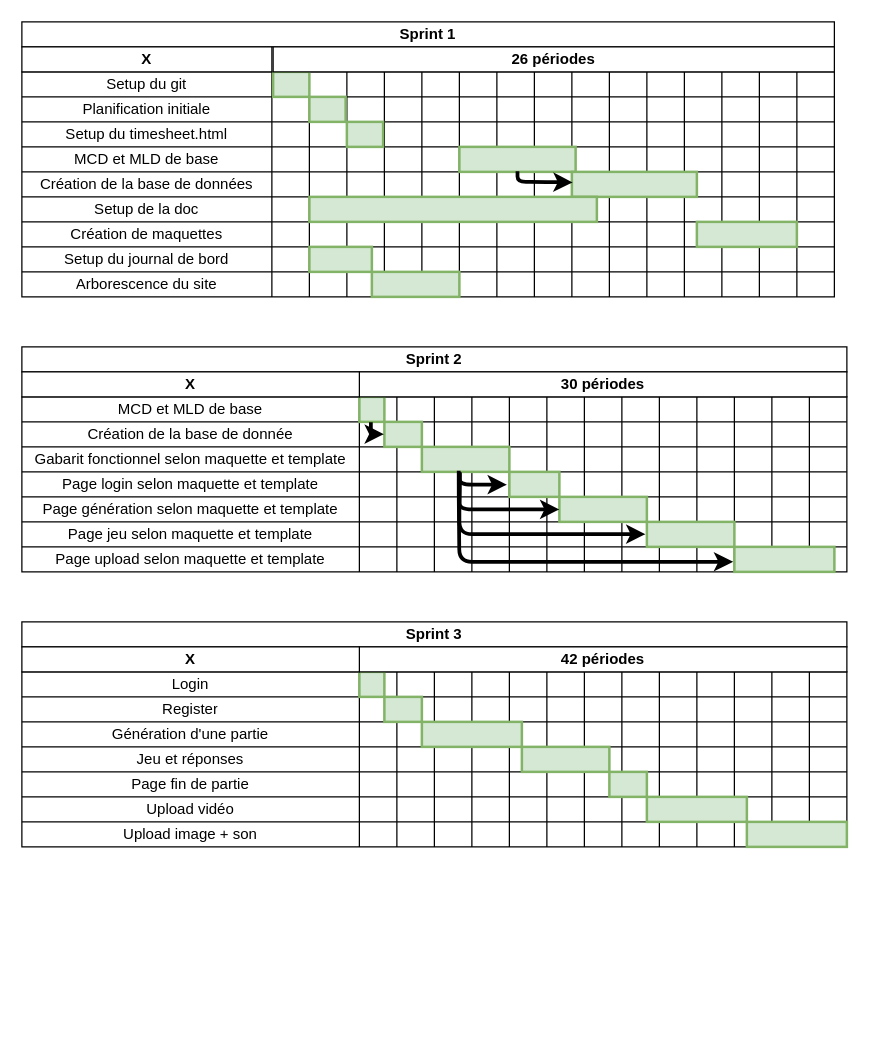
The draw.io diagram Documents/Planification.drawio in Jerome-JJT/SuperBlinder, before the edit. Source tidied: cells renumbered, new cells numbered last; positions are measured from the earlier drawing's top-left corner, leaving out a move shared by most shapes. Both pictures are drawn from the tidied source at 125%, with x=0, y=0 at pixel (21, 21).
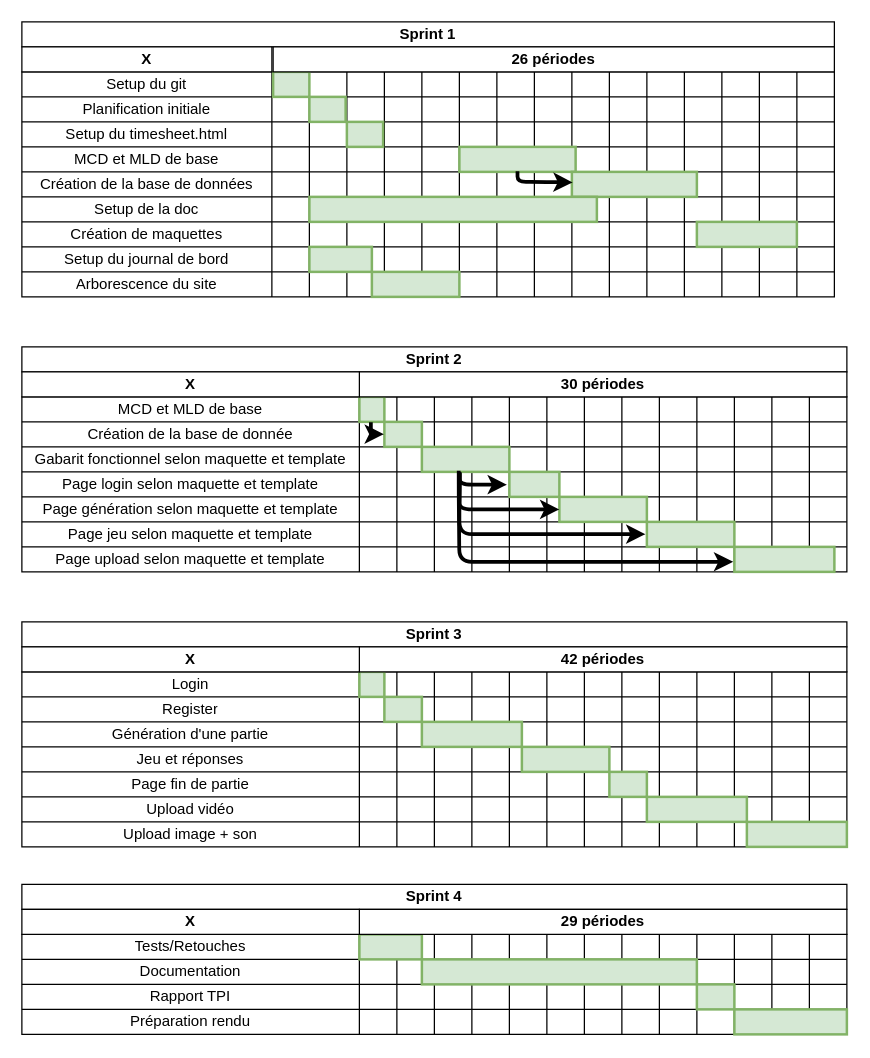
The same diagram, later.

Commit message (it also covers changes not shown here):
Added sprint 4 planification

Diff of the diagram source:
```diff
@@
+    <mxCell id="406" style="shape=table;html=1;whiteSpace=wrap;startSize=0;childLayout=tableLayout;fontStyle=0;" parent="1" vertex="1">
+      <mxGeometry y="730" width="660" height="80" as="geometry" />
+    </mxCell>
+    <mxCell id="407" style="shape=partialRectangle;html=1;whiteSpace=wrap;fillColor=none;top=0;left=0;bottom=0;right=0;" parent="406" vertex="1">
+      <mxGeometry width="660" height="20" as="geometry" />
+    </mxCell>
+    <mxCell id="408" value="Tests/Retouches" style="shape=partialRectangle;html=1;whiteSpace=wrap;fillColor=none;top=0;left=0;bottom=0;right=0;overflow=hidden;" parent="407" vertex="1">
+      <mxGeometry width="270" height="20" as="geometry" />
+    </mxCell>
+    <mxCell id="409" style="shape=partialRectangle;html=1;whiteSpace=wrap;fillColor=none;top=0;left=0;bottom=0;right=0;overflow=hidden;" parent="407" vertex="1">
+      <mxGeometry x="270" width="30" height="20" as="geometry" />
+    </mxCell>
+    <mxCell id="410" style="shape=partialRectangle;html=1;whiteSpace=wrap;fillColor=none;top=0;left=0;bottom=0;right=0;overflow=hidden;" parent="407" vertex="1">
+      <mxGeometry x="300" width="30" height="20" as="geometry" />
+    </mxCell>
+    <mxCell id="411" style="shape=partialRectangle;html=1;whiteSpace=wrap;fillColor=none;top=0;left=0;bottom=0;right=0;overflow=hidden;" parent="407" vertex="1">
+      <mxGeometry x="330" width="30" height="20" as="geometry" />
+    </mxCell>
+    <mxCell id="412" style="shape=partialRectangle;html=1;whiteSpace=wrap;fillColor=none;top=0;left=0;bottom=0;right=0;overflow=hidden;" parent="407" vertex="1">
+      <mxGeometry x="360" width="30" height="20" as="geometry" />
+    </mxCell>
+    <mxCell id="413" style="shape=partialRectangle;html=1;whiteSpace=wrap;fillColor=none;top=0;left=0;bottom=0;right=0;overflow=hidden;" parent="407" vertex="1">
+      <mxGeometry x="390" width="30" height="20" as="geometry" />
+    </mxCell>
+    <mxCell id="414" style="shape=partialRectangle;html=1;whiteSpace=wrap;fillColor=none;top=0;left=0;bottom=0;right=0;overflow=hidden;" parent="407" vertex="1">
+      <mxGeometry x="420" width="30" height="20" as="geometry" />
+    </mxCell>
+    <mxCell id="415" style="shape=partialRectangle;html=1;whiteSpace=wrap;fillColor=none;top=0;left=0;bottom=0;right=0;overflow=hidden;" parent="407" vertex="1">
+      <mxGeometry x="450" width="30" height="20" as="geometry" />
+    </mxCell>
+    <mxCell id="416" style="shape=partialRectangle;html=1;whiteSpace=wrap;fillColor=none;top=0;left=0;bottom=0;right=0;overflow=hidden;" parent="407" vertex="1">
+      <mxGeometry x="480" width="30" height="20" as="geometry" />
+    </mxCell>
+    <mxCell id="417" style="shape=partialRectangle;html=1;whiteSpace=wrap;fillColor=none;top=0;left=0;bottom=0;right=0;overflow=hidden;" parent="407" vertex="1">
+      <mxGeometry x="510" width="30" height="20" as="geometry" />
+    </mxCell>
+    <mxCell id="418" style="shape=partialRectangle;html=1;whiteSpace=wrap;fillColor=none;top=0;left=0;bottom=0;right=0;overflow=hidden;" parent="407" vertex="1">
+      <mxGeometry x="540" width="30" height="20" as="geometry" />
+    </mxCell>
+    <mxCell id="419" style="shape=partialRectangle;html=1;whiteSpace=wrap;fillColor=none;top=0;left=0;bottom=0;right=0;overflow=hidden;" parent="407" vertex="1">
+      <mxGeometry x="570" width="30" height="20" as="geometry" />
+    </mxCell>
+    <mxCell id="420" style="shape=partialRectangle;html=1;whiteSpace=wrap;fillColor=none;top=0;left=0;bottom=0;right=0;overflow=hidden;" parent="407" vertex="1">
+      <mxGeometry x="600" width="30" height="20" as="geometry" />
+    </mxCell>
+    <mxCell id="421" style="shape=partialRectangle;html=1;whiteSpace=wrap;fillColor=none;top=0;left=0;bottom=0;right=0;overflow=hidden;" parent="407" vertex="1">
+      <mxGeometry x="630" width="30" height="20" as="geometry" />
+    </mxCell>
+    <mxCell id="422" style="shape=partialRectangle;html=1;whiteSpace=wrap;fillColor=none;top=0;left=0;bottom=0;right=0;" parent="406" vertex="1">
+      <mxGeometry y="20" width="660" height="20" as="geometry" />
+    </mxCell>
+    <mxCell id="423" value="Documentation" style="shape=partialRectangle;html=1;whiteSpace=wrap;fillColor=none;top=0;left=0;bottom=0;right=0;overflow=hidden;" parent="422" vertex="1">
+      <mxGeometry width="270" height="20" as="geometry" />
+    </mxCell>
+    <mxCell id="424" style="shape=partialRectangle;html=1;whiteSpace=wrap;fillColor=none;top=0;left=0;bottom=0;right=0;overflow=hidden;" parent="422" vertex="1">
+      <mxGeometry x="270" width="30" height="20" as="geometry" />
+    </mxCell>
+    <mxCell id="425" style="shape=partialRectangle;html=1;whiteSpace=wrap;fillColor=none;top=0;left=0;bottom=0;right=0;overflow=hidden;" parent="422" vertex="1">
+      <mxGeometry x="300" width="30" height="20" as="geometry" />
+    </mxCell>
+    <mxCell id="426" style="shape=partialRectangle;html=1;whiteSpace=wrap;fillColor=none;top=0;left=0;bottom=0;right=0;overflow=hidden;" parent="422" vertex="1">
+      <mxGeometry x="330" width="30" height="20" as="geometry" />
+    </mxCell>
+    <mxCell id="427" style="shape=partialRectangle;html=1;whiteSpace=wrap;fillColor=none;top=0;left=0;bottom=0;right=0;overflow=hidden;" parent="422" vertex="1">
+      <mxGeometry x="360" width="30" height="20" as="geometry" />
+    </mxCell>
+    <mxCell id="428" style="shape=partialRectangle;html=1;whiteSpace=wrap;fillColor=none;top=0;left=0;bottom=0;right=0;overflow=hidden;" parent="422" vertex="1">
+      <mxGeometry x="390" width="30" height="20" as="geometry" />
+    </mxCell>
+    <mxCell id="429" style="shape=partialRectangle;html=1;whiteSpace=wrap;fillColor=none;top=0;left=0;bottom=0;right=0;overflow=hidden;" parent="422" vertex="1">
+      <mxGeometry x="420" width="30" height="20" as="geometry" />
+    </mxCell>
+    <mxCell id="430" style="shape=partialRectangle;html=1;whiteSpace=wrap;fillColor=none;top=0;left=0;bottom=0;right=0;overflow=hidden;" parent="422" vertex="1">
+      <mxGeometry x="450" width="30" height="20" as="geometry" />
+    </mxCell>
+    <mxCell id="431" style="shape=partialRectangle;html=1;whiteSpace=wrap;fillColor=none;top=0;left=0;bottom=0;right=0;overflow=hidden;" parent="422" vertex="1">
+      <mxGeometry x="480" width="30" height="20" as="geometry" />
+    </mxCell>
+    <mxCell id="432" style="shape=partialRectangle;html=1;whiteSpace=wrap;fillColor=none;top=0;left=0;bottom=0;right=0;overflow=hidden;" parent="422" vertex="1">
+      <mxGeometry x="510" width="30" height="20" as="geometry" />
+    </mxCell>
+    <mxCell id="433" style="shape=partialRectangle;html=1;whiteSpace=wrap;fillColor=none;top=0;left=0;bottom=0;right=0;overflow=hidden;" parent="422" vertex="1">
+      <mxGeometry x="540" width="30" height="20" as="geometry" />
+    </mxCell>
+    <mxCell id="434" style="shape=partialRectangle;html=1;whiteSpace=wrap;fillColor=none;top=0;left=0;bottom=0;right=0;overflow=hidden;" parent="422" vertex="1">
+      <mxGeometry x="570" width="30" height="20" as="geometry" />
+    </mxCell>
+    <mxCell id="435" style="shape=partialRectangle;html=1;whiteSpace=wrap;fillColor=none;top=0;left=0;bottom=0;right=0;overflow=hidden;" parent="422" vertex="1">
+      <mxGeometry x="600" width="30" height="20" as="geometry" />
+    </mxCell>
+    <mxCell id="436" style="shape=partialRectangle;html=1;whiteSpace=wrap;fillColor=none;top=0;left=0;bottom=0;right=0;overflow=hidden;" parent="422" vertex="1">
+      <mxGeometry x="630" width="30" height="20" as="geometry" />
+    </mxCell>
+    <mxCell id="437" style="shape=partialRectangle;html=1;whiteSpace=wrap;fillColor=none;top=0;left=0;bottom=0;right=0;" parent="406" vertex="1">
+      <mxGeometry y="40" width="660" height="20" as="geometry" />
+    </mxCell>
+    <mxCell id="438" value="Rapport TPI" style="shape=partialRectangle;html=1;whiteSpace=wrap;fillColor=none;top=0;left=0;bottom=0;right=0;overflow=hidden;" parent="437" vertex="1">
+      <mxGeometry width="270" height="20" as="geometry" />
+    </mxCell>
+    <mxCell id="439" style="shape=partialRectangle;html=1;whiteSpace=wrap;fillColor=none;top=0;left=0;bottom=0;right=0;overflow=hidden;" parent="437" vertex="1">
+      <mxGeometry x="270" width="30" height="20" as="geometry" />
+    </mxCell>
+    <mxCell id="440" style="shape=partialRectangle;html=1;whiteSpace=wrap;fillColor=none;top=0;left=0;bottom=0;right=0;overflow=hidden;" parent="437" vertex="1">
+      <mxGeometry x="300" width="30" height="20" as="geometry" />
+    </mxCell>
+    <mxCell id="441" style="shape=partialRectangle;html=1;whiteSpace=wrap;fillColor=none;top=0;left=0;bottom=0;right=0;overflow=hidden;" parent="437" vertex="1">
+      <mxGeometry x="330" width="30" height="20" as="geometry" />
+    </mxCell>
+    <mxCell id="442" style="shape=partialRectangle;html=1;whiteSpace=wrap;fillColor=none;top=0;left=0;bottom=0;right=0;overflow=hidden;" parent="437" vertex="1">
+      <mxGeometry x="360" width="30" height="20" as="geometry" />
+    </mxCell>
+    <mxCell id="443" style="shape=partialRectangle;html=1;whiteSpace=wrap;fillColor=none;top=0;left=0;bottom=0;right=0;overflow=hidden;" parent="437" vertex="1">
+      <mxGeometry x="390" width="30" height="20" as="geometry" />
+    </mxCell>
+    <mxCell id="444" style="shape=partialRectangle;html=1;whiteSpace=wrap;fillColor=none;top=0;left=0;bottom=0;right=0;overflow=hidden;" parent="437" vertex="1">
+      <mxGeometry x="420" width="30" height="20" as="geometry" />
+    </mxCell>
+    <mxCell id="445" style="shape=partialRectangle;html=1;whiteSpace=wrap;fillColor=none;top=0;left=0;bottom=0;right=0;overflow=hidden;" parent="437" vertex="1">
+      <mxGeometry x="450" width="30" height="20" as="geometry" />
+    </mxCell>
+    <mxCell id="446" style="shape=partialRectangle;html=1;whiteSpace=wrap;fillColor=none;top=0;left=0;bottom=0;right=0;overflow=hidden;" parent="437" vertex="1">
+      <mxGeometry x="480" width="30" height="20" as="geometry" />
+    </mxCell>
+    <mxCell id="447" style="shape=partialRectangle;html=1;whiteSpace=wrap;fillColor=none;top=0;left=0;bottom=0;right=0;overflow=hidden;" parent="437" vertex="1">
+      <mxGeometry x="510" width="30" height="20" as="geometry" />
+    </mxCell>
+    <mxCell id="448" style="shape=partialRectangle;html=1;whiteSpace=wrap;fillColor=none;top=0;left=0;bottom=0;right=0;overflow=hidden;" parent="437" vertex="1">
+      <mxGeometry x="540" width="30" height="20" as="geometry" />
+    </mxCell>
+    <mxCell id="449" style="shape=partialRectangle;html=1;whiteSpace=wrap;fillColor=none;top=0;left=0;bottom=0;right=0;overflow=hidden;" parent="437" vertex="1">
+      <mxGeometry x="570" width="30" height="20" as="geometry" />
+    </mxCell>
+    <mxCell id="450" style="shape=partialRectangle;html=1;whiteSpace=wrap;fillColor=none;top=0;left=0;bottom=0;right=0;overflow=hidden;" parent="437" vertex="1">
+      <mxGeometry x="600" width="30" height="20" as="geometry" />
+    </mxCell>
+    <mxCell id="451" style="shape=partialRectangle;html=1;whiteSpace=wrap;fillColor=none;top=0;left=0;bottom=0;right=0;overflow=hidden;" parent="437" vertex="1">
+      <mxGeometry x="630" width="30" height="20" as="geometry" />
+    </mxCell>
+    <mxCell id="452" style="shape=partialRectangle;html=1;whiteSpace=wrap;fillColor=none;top=0;left=0;bottom=0;right=0;" parent="406" vertex="1">
+      <mxGeometry y="60" width="660" height="20" as="geometry" />
+    </mxCell>
+    <mxCell id="453" value="Préparation rendu" style="shape=partialRectangle;html=1;whiteSpace=wrap;fillColor=none;top=0;left=0;bottom=0;right=0;overflow=hidden;" parent="452" vertex="1">
+      <mxGeometry width="270" height="20" as="geometry" />
+    </mxCell>
+    <mxCell id="454" style="shape=partialRectangle;html=1;whiteSpace=wrap;fillColor=none;top=0;left=0;bottom=0;right=0;overflow=hidden;" parent="452" vertex="1">
+      <mxGeometry x="270" width="30" height="20" as="geometry" />
+    </mxCell>
+    <mxCell id="455" style="shape=partialRectangle;html=1;whiteSpace=wrap;fillColor=none;top=0;left=0;bottom=0;right=0;overflow=hidden;" parent="452" vertex="1">
+      <mxGeometry x="300" width="30" height="20" as="geometry" />
+    </mxCell>
+    <mxCell id="456" style="shape=partialRectangle;html=1;whiteSpace=wrap;fillColor=none;top=0;left=0;bottom=0;right=0;overflow=hidden;" parent="452" vertex="1">
+      <mxGeometry x="330" width="30" height="20" as="geometry" />
+    </mxCell>
+    <mxCell id="457" style="shape=partialRectangle;html=1;whiteSpace=wrap;fillColor=none;top=0;left=0;bottom=0;right=0;overflow=hidden;" parent="452" vertex="1">
+      <mxGeometry x="360" width="30" height="20" as="geometry" />
+    </mxCell>
+    <mxCell id="458" style="shape=partialRectangle;html=1;whiteSpace=wrap;fillColor=none;top=0;left=0;bottom=0;right=0;overflow=hidden;" parent="452" vertex="1">
+      <mxGeometry x="390" width="30" height="20" as="geometry" />
+    </mxCell>
+    <mxCell id="459" style="shape=partialRectangle;html=1;whiteSpace=wrap;fillColor=none;top=0;left=0;bottom=0;right=0;overflow=hidden;" parent="452" vertex="1">
+      <mxGeometry x="420" width="30" height="20" as="geometry" />
+    </mxCell>
+    <mxCell id="460" style="shape=partialRectangle;html=1;whiteSpace=wrap;fillColor=none;top=0;left=0;bottom=0;right=0;overflow=hidden;" parent="452" vertex="1">
+      <mxGeometry x="450" width="30" height="20" as="geometry" />
+    </mxCell>
+    <mxCell id="461" style="shape=partialRectangle;html=1;whiteSpace=wrap;fillColor=none;top=0;left=0;bottom=0;right=0;overflow=hidden;" parent="452" vertex="1">
+      <mxGeometry x="480" width="30" height="20" as="geometry" />
+    </mxCell>
+    <mxCell id="462" style="shape=partialRectangle;html=1;whiteSpace=wrap;fillColor=none;top=0;left=0;bottom=0;right=0;overflow=hidden;" parent="452" vertex="1">
+      <mxGeometry x="510" width="30" height="20" as="geometry" />
+    </mxCell>
+    <mxCell id="463" style="shape=partialRectangle;html=1;whiteSpace=wrap;fillColor=none;top=0;left=0;bottom=0;right=0;overflow=hidden;" parent="452" vertex="1">
+      <mxGeometry x="540" width="30" height="20" as="geometry" />
+    </mxCell>
+    <mxCell id="464" style="shape=partialRectangle;html=1;whiteSpace=wrap;fillColor=none;top=0;left=0;bottom=0;right=0;overflow=hidden;" parent="452" vertex="1">
+      <mxGeometry x="570" width="30" height="20" as="geometry" />
+    </mxCell>
+    <mxCell id="465" style="shape=partialRectangle;html=1;whiteSpace=wrap;fillColor=none;top=0;left=0;bottom=0;right=0;overflow=hidden;" parent="452" vertex="1">
+      <mxGeometry x="600" width="30" height="20" as="geometry" />
+    </mxCell>
+    <mxCell id="466" style="shape=partialRectangle;html=1;whiteSpace=wrap;fillColor=none;top=0;left=0;bottom=0;right=0;overflow=hidden;" parent="452" vertex="1">
+      <mxGeometry x="630" width="30" height="20" as="geometry" />
+    </mxCell>
+    <mxCell id="467" style="whiteSpace=wrap;html=1;strokeWidth=2;fillColor=#d5e8d4;fontSize=14;align=center;strokeColor=#82b366;" parent="1" vertex="1">
+      <mxGeometry x="270" y="730" width="50" height="20" as="geometry" />
+    </mxCell>
+    <mxCell id="468" value="Sprint 4" style="rounded=0;whiteSpace=wrap;html=1;fontStyle=1;" parent="1" vertex="1">
+      <mxGeometry y="690" width="660" height="20" as="geometry" />
+    </mxCell>
+    <mxCell id="469" value="29 périodes" style="rounded=0;whiteSpace=wrap;html=1;fontStyle=1;" parent="1" vertex="1">
+      <mxGeometry x="270" y="710" width="390" height="20" as="geometry" />
+    </mxCell>
+    <mxCell id="470" value="X" style="rounded=0;whiteSpace=wrap;html=1;fontStyle=1;" parent="1" vertex="1">
+      <mxGeometry y="710" width="270" height="20" as="geometry" />
+    </mxCell>
+    <mxCell id="471" style="whiteSpace=wrap;html=1;strokeWidth=2;fillColor=#d5e8d4;fontSize=14;align=center;strokeColor=#82b366;" parent="1" vertex="1">
+      <mxGeometry x="320" y="750" width="220" height="20" as="geometry" />
+    </mxCell>
+    <mxCell id="472" style="whiteSpace=wrap;html=1;strokeWidth=2;fillColor=#d5e8d4;fontSize=14;align=center;strokeColor=#82b366;" parent="1" vertex="1">
+      <mxGeometry x="540" y="770" width="30" height="20" as="geometry" />
+    </mxCell>
+    <mxCell id="473" style="whiteSpace=wrap;html=1;strokeWidth=2;fillColor=#d5e8d4;fontSize=14;align=center;strokeColor=#82b366;" parent="1" vertex="1">
+      <mxGeometry x="570" y="790" width="90" height="20" as="geometry" />
+    </mxCell>
```
